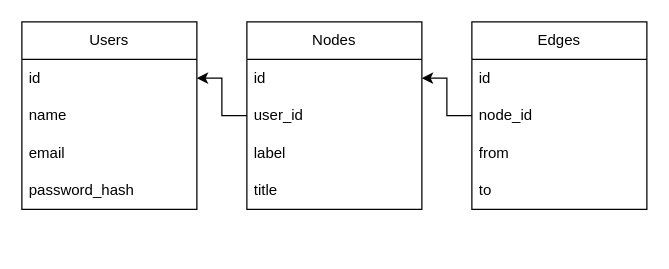
Before: Untitled Diagram.drawio in myz96/second-brain, a draw.io diagram. Source tidied: cells renumbered, new cells numbered last; positions are measured from the earlier drawing's top-left corner, leaving out a move shared by most shapes. Both pictures are drawn from the tidied source at 125%, with x=0, y=0 at pixel (21, 21).
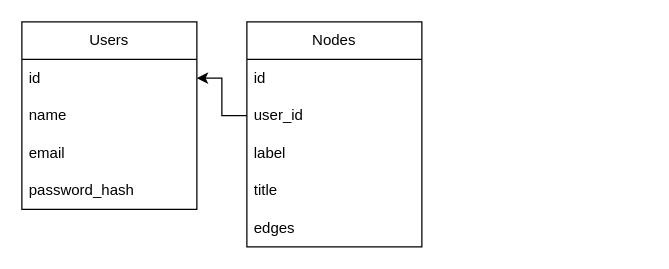
Above is the later version.

Change to the diagram source:
```diff
@@
 <mxGraphModel>
   <root>
     <mxCell id="0" />
     <mxCell id="1" parent="0" />
     <mxCell id="2" value="Users" style="swimlane;fontStyle=0;horizontal=1;startSize=30;whiteSpace=wrap;html=1;" parent="1" vertex="1">
       <mxGeometry width="140" height="150" as="geometry" />
     </mxCell>
     <mxCell id="3" value="id" style="text;strokeColor=none;fillColor=none;align=left;verticalAlign=middle;spacingLeft=4;spacingRight=4;overflow=hidden;points=[[0,0.5],[1,0.5]];portConstraint=eastwest;whiteSpace=wrap;html=1;" parent="2" vertex="1">
       <mxGeometry y="30" width="140" height="30" as="geometry" />
     </mxCell>
     <mxCell id="4" value="name" style="text;strokeColor=none;fillColor=none;align=left;verticalAlign=middle;spacingLeft=4;spacingRight=4;overflow=hidden;whiteSpace=wrap;html=1;" parent="2" vertex="1">
       <mxGeometry y="60" width="140" height="30" as="geometry" />
     </mxCell>
     <mxCell id="5" value="email" style="text;strokeColor=none;fillColor=none;align=left;verticalAlign=middle;spacingLeft=4;spacingRight=4;overflow=hidden;whiteSpace=wrap;html=1;" parent="2" vertex="1">
       <mxGeometry y="90" width="140" height="30" as="geometry" />
     </mxCell>
     <mxCell id="6" value="password_hash" style="text;strokeColor=none;fillColor=none;align=left;verticalAlign=middle;spacingLeft=4;spacingRight=4;overflow=hidden;whiteSpace=wrap;html=1;" parent="2" vertex="1">
       <mxGeometry y="120" width="140" height="30" as="geometry" />
     </mxCell>
     <mxCell id="7" value="Nodes" style="swimlane;fontStyle=0;horizontal=1;startSize=30;whiteSpace=wrap;html=1;" parent="1" vertex="1">
-      <mxGeometry x="180" width="140" height="150" as="geometry" />
+      <mxGeometry x="180" width="140" height="180" as="geometry" />
     </mxCell>
     <mxCell id="8" value="id" style="text;strokeColor=none;fillColor=none;align=left;verticalAlign=middle;spacingLeft=4;spacingRight=4;overflow=hidden;points=[[0,0.5],[1,0.5]];portConstraint=eastwest;whiteSpace=wrap;html=1;" parent="7" vertex="1">
       <mxGeometry y="30" width="140" height="30" as="geometry" />
     </mxCell>
     <mxCell id="9" value="user_id" style="text;strokeColor=none;fillColor=none;align=left;verticalAlign=middle;spacingLeft=4;spacingRight=4;overflow=hidden;points=[[0,0.5],[1,0.5]];portConstraint=eastwest;whiteSpace=wrap;html=1;" parent="7" vertex="1">
       <mxGeometry y="60" width="140" height="30" as="geometry" />
     </mxCell>
     <mxCell id="10" value="label" style="text;strokeColor=none;fillColor=none;align=left;verticalAlign=middle;spacingLeft=4;spacingRight=4;overflow=hidden;whiteSpace=wrap;html=1;" parent="7" vertex="1">
       <mxGeometry y="90" width="140" height="30" as="geometry" />
     </mxCell>
     <mxCell id="11" value="title" style="text;strokeColor=none;fillColor=none;align=left;verticalAlign=middle;spacingLeft=4;spacingRight=4;overflow=hidden;whiteSpace=wrap;html=1;" parent="7" vertex="1">
       <mxGeometry y="120" width="140" height="30" as="geometry" />
     </mxCell>
-    <mxCell id="12" value="Edges" style="swimlane;fontStyle=0;horizontal=1;startSize=30;whiteSpace=wrap;html=1;" parent="1" vertex="1">
-      <mxGeometry x="360" width="140" height="150" as="geometry" />
-    </mxCell>
-    <mxCell id="13" value="id" style="text;strokeColor=none;fillColor=none;align=left;verticalAlign=middle;spacingLeft=4;spacingRight=4;overflow=hidden;whiteSpace=wrap;html=1;" parent="12" vertex="1">
-      <mxGeometry y="30" width="140" height="30" as="geometry" />
-    </mxCell>
-    <mxCell id="14" value="node_id" style="text;strokeColor=none;fillColor=none;align=left;verticalAlign=middle;spacingLeft=4;spacingRight=4;overflow=hidden;points=[[0,0.5],[1,0.5]];portConstraint=eastwest;whiteSpace=wrap;html=1;" parent="12" vertex="1">
-      <mxGeometry y="60" width="140" height="30" as="geometry" />
-    </mxCell>
-    <mxCell id="15" value="from" style="text;strokeColor=none;fillColor=none;align=left;verticalAlign=middle;spacingLeft=4;spacingRight=4;overflow=hidden;whiteSpace=wrap;html=1;" parent="12" vertex="1">
-      <mxGeometry y="90" width="140" height="30" as="geometry" />
-    </mxCell>
-    <mxCell id="16" value="to" style="text;strokeColor=none;fillColor=none;align=left;verticalAlign=middle;spacingLeft=4;spacingRight=4;overflow=hidden;whiteSpace=wrap;html=1;" parent="12" vertex="1">
-      <mxGeometry y="120" width="140" height="30" as="geometry" />
-    </mxCell>
-    <mxCell id="17" style="edgeStyle=orthogonalEdgeStyle;rounded=0;jettySize=auto;html=1;exitX=0;exitY=0.5;exitDx=0;exitDy=0;entryX=1;entryY=0.5;entryDx=0;entryDy=0;" parent="1" edge="1" source="14" target="8">
-      <mxGeometry relative="1" as="geometry" />
-    </mxCell>
+    <mxCell id="19" value="edges" style="text;strokeColor=none;fillColor=none;align=left;verticalAlign=middle;spacingLeft=4;spacingRight=4;overflow=hidden;whiteSpace=wrap;html=1;" parent="7" vertex="1">
+      <mxGeometry y="150" width="140" height="30" as="geometry" />
+    </mxCell>
     <mxCell id="18" style="edgeStyle=orthogonalEdgeStyle;rounded=0;jettySize=auto;html=1;exitX=0;exitY=0.5;exitDx=0;exitDy=0;entryX=1;entryY=0.5;entryDx=0;entryDy=0;" parent="1" edge="1" source="9" target="3">
       <mxGeometry relative="1" as="geometry" />
     </mxCell>
   </root>
 </mxGraphModel>
```
